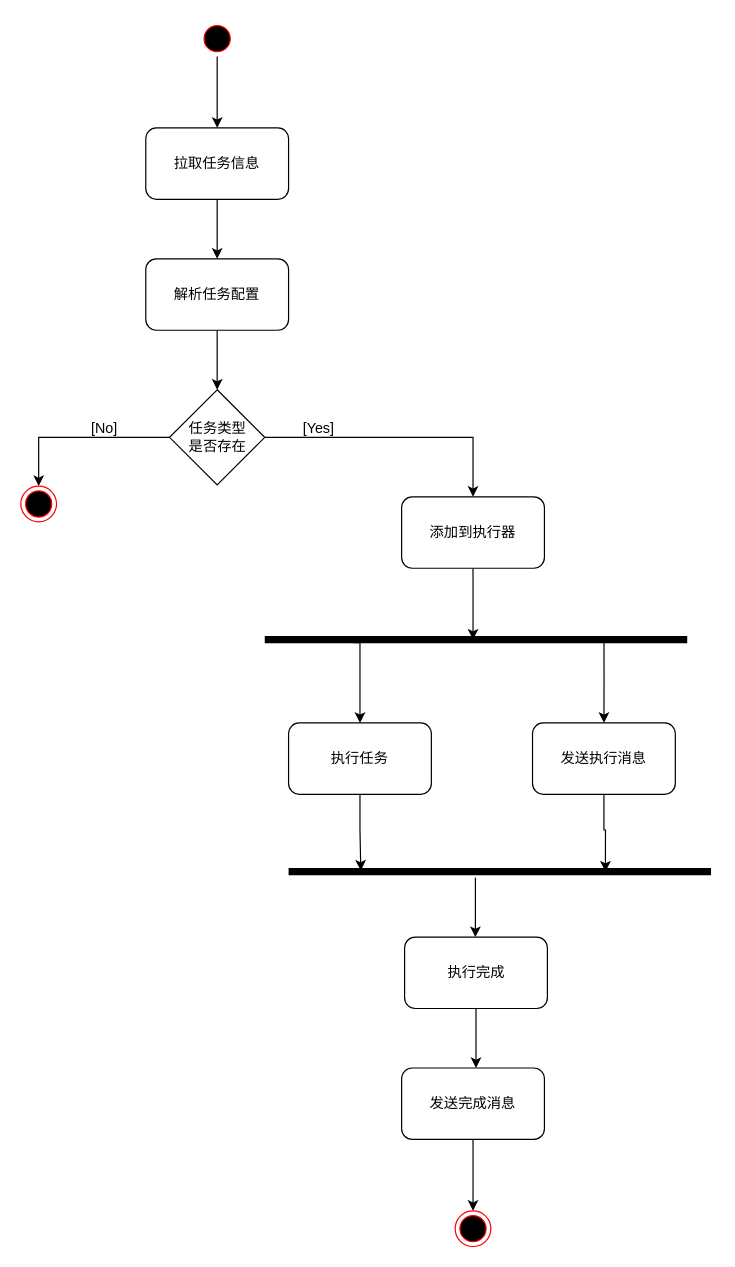
The draw.io diagram 执行模块活动图.drawio in tianshengdiwangK/common, before the edit. Source tidied: cells renumbered, new cells numbered last; positions are measured from the earlier drawing's top-left corner, leaving out a move shared by most shapes. Both pictures are drawn from the tidied source at 119%, with x=0, y=0 at pixel (20, 20).
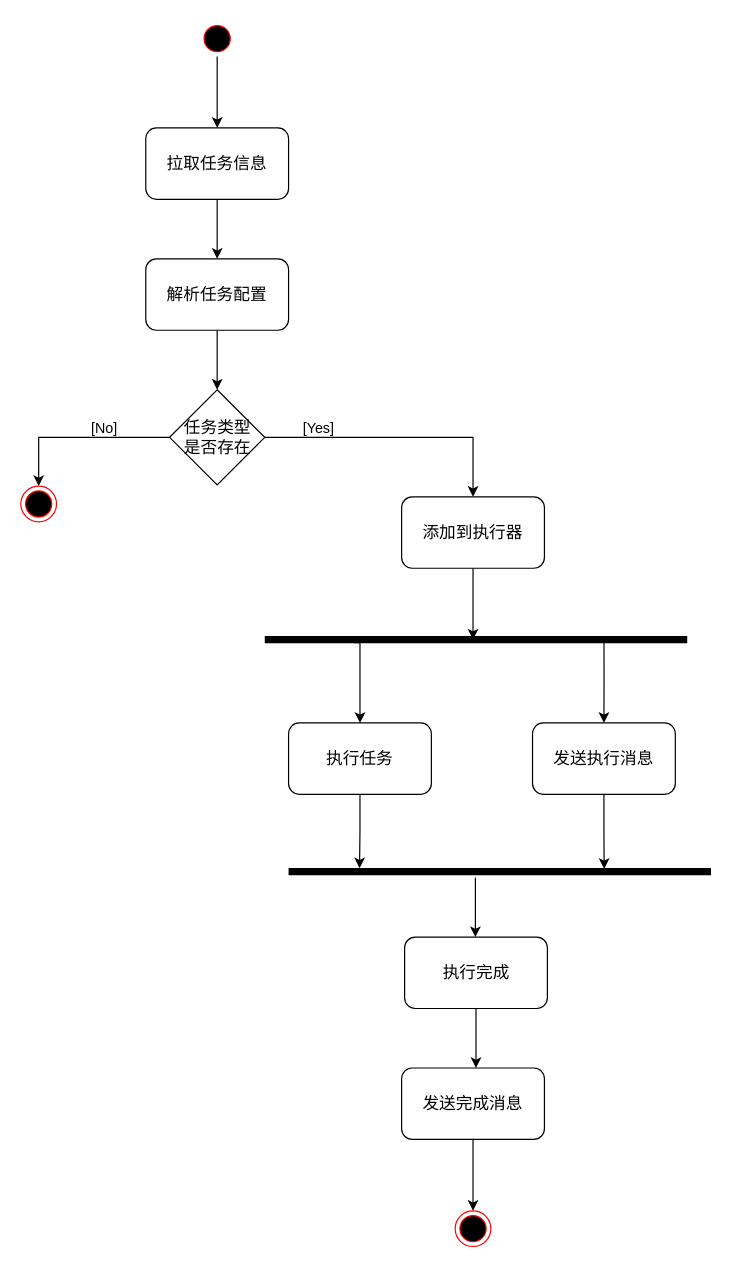
After the change.

Commit message:
更新执行模块活动图.drawio

The change refers to these unchanged cells:
```xml
<mxCell id="26" style="shape=line;html=1;strokeWidth=6;strokeColor=#000000;" parent="1" vertex="1">
  <mxGeometry x="225" y="710" width="355" height="10" as="geometry" />
</mxCell>
```

Diff of the diagram source:
```diff
@@
-    <mxCell id="5" value="拉取任务信息" style="rounded=1;whiteSpace=wrap;html=1;" parent="1" vertex="1">
+    <mxCell id="5" value="&lt;font style=&quot;font-size: 14px;&quot;&gt;拉取任务信息&lt;/font&gt;" style="rounded=1;whiteSpace=wrap;html=1;" parent="1" vertex="1">
       <mxGeometry x="105" y="90" width="120" height="60" as="geometry" />
     </mxCell>
@@
-    <mxCell id="7" value="解析任务配置" style="rounded=1;whiteSpace=wrap;html=1;" parent="1" vertex="1">
+    <mxCell id="7" value="&lt;font style=&quot;font-size: 14px;&quot;&gt;解析任务配置&lt;/font&gt;" style="rounded=1;whiteSpace=wrap;html=1;" parent="1" vertex="1">
       <mxGeometry x="105" y="200" width="120" height="60" as="geometry" />
     </mxCell>
@@
-    <mxCell id="11" value="任务类型&lt;br&gt;是否存在" style="text;html=1;align=center;verticalAlign=middle;strokeColor=none;fillColor=none;" parent="1" vertex="1">
-      <mxGeometry x="130" y="330" width="70" height="40" as="geometry" />
+    <mxCell id="11" value="&lt;font style=&quot;font-size: 14px;&quot;&gt;任务类型&lt;br&gt;是否存在&lt;/font&gt;" style="text;html=1;align=center;verticalAlign=middle;strokeColor=none;fillColor=none;" parent="1" vertex="1">
+      <mxGeometry x="125" y="325" width="80" height="50" as="geometry" />
     </mxCell>
@@
-    <mxCell id="16" value="添加到执行器" style="rounded=1;whiteSpace=wrap;html=1;" parent="1" vertex="1">
+    <mxCell id="16" value="&lt;font style=&quot;font-size: 14px;&quot;&gt;添加到执行器&lt;/font&gt;" style="rounded=1;whiteSpace=wrap;html=1;" parent="1" vertex="1">
       <mxGeometry x="320" y="400" width="120" height="60" as="geometry" />
     </mxCell>
-    <mxCell id="17" style="edgeStyle=orthogonalEdgeStyle;rounded=0;jettySize=auto;html=1;entryX=0.171;entryY=0.414;entryDx=0;entryDy=0;entryPerimeter=0;" parent="1" edge="1" source="18" target="26">
+    <mxCell id="17" style="edgeStyle=orthogonalEdgeStyle;rounded=0;jettySize=auto;html=1;entryX=0.168;entryY=0.213;entryDx=0;entryDy=0;entryPerimeter=0;" parent="1" edge="1" source="18" target="26">
       <mxGeometry relative="1" as="geometry" />
     </mxCell>
-    <mxCell id="18" value="执行任务" style="rounded=1;whiteSpace=wrap;html=1;" parent="1" vertex="1">
+    <mxCell id="18" value="&lt;font style=&quot;font-size: 14px;&quot;&gt;执行任务&lt;/font&gt;" style="rounded=1;whiteSpace=wrap;html=1;" parent="1" vertex="1">
       <mxGeometry x="225" y="590" width="120" height="60" as="geometry" />
     </mxCell>
@@
-    <mxCell id="20" value="执行完成" style="rounded=1;whiteSpace=wrap;html=1;" parent="1" vertex="1">
+    <mxCell id="20" value="&lt;font style=&quot;font-size: 14px;&quot;&gt;执行完成&lt;/font&gt;" style="rounded=1;whiteSpace=wrap;html=1;" parent="1" vertex="1">
       <mxGeometry x="322.5" y="770" width="120" height="60" as="geometry" />
     </mxCell>
@@
-    <mxCell id="22" style="edgeStyle=orthogonalEdgeStyle;rounded=0;jettySize=auto;html=1;entryX=0.75;entryY=0.5;entryDx=0;entryDy=0;entryPerimeter=0;" parent="1" edge="1" source="23" target="26">
+    <mxCell id="22" style="edgeStyle=orthogonalEdgeStyle;rounded=0;jettySize=auto;html=1;entryX=0.747;entryY=0.267;entryDx=0;entryDy=0;entryPerimeter=0;" parent="1" edge="1" source="23" target="26">
       <mxGeometry relative="1" as="geometry" />
     </mxCell>
-    <mxCell id="23" value="发送执行消息" style="rounded=1;whiteSpace=wrap;html=1;" parent="1" vertex="1">
+    <mxCell id="23" value="&lt;font style=&quot;font-size: 14px;&quot;&gt;发送执行消息&lt;/font&gt;" style="rounded=1;whiteSpace=wrap;html=1;" parent="1" vertex="1">
       <mxGeometry x="430" y="590" width="120" height="60" as="geometry" />
     </mxCell>
@@
-    <mxCell id="29" value="发送完成消息" style="rounded=1;whiteSpace=wrap;html=1;" parent="1" vertex="1">
+    <mxCell id="29" value="&lt;font style=&quot;font-size: 14px;&quot;&gt;发送完成消息&lt;/font&gt;" style="rounded=1;whiteSpace=wrap;html=1;" parent="1" vertex="1">
       <mxGeometry x="320" y="880" width="120" height="60" as="geometry" />
     </mxCell>
```
